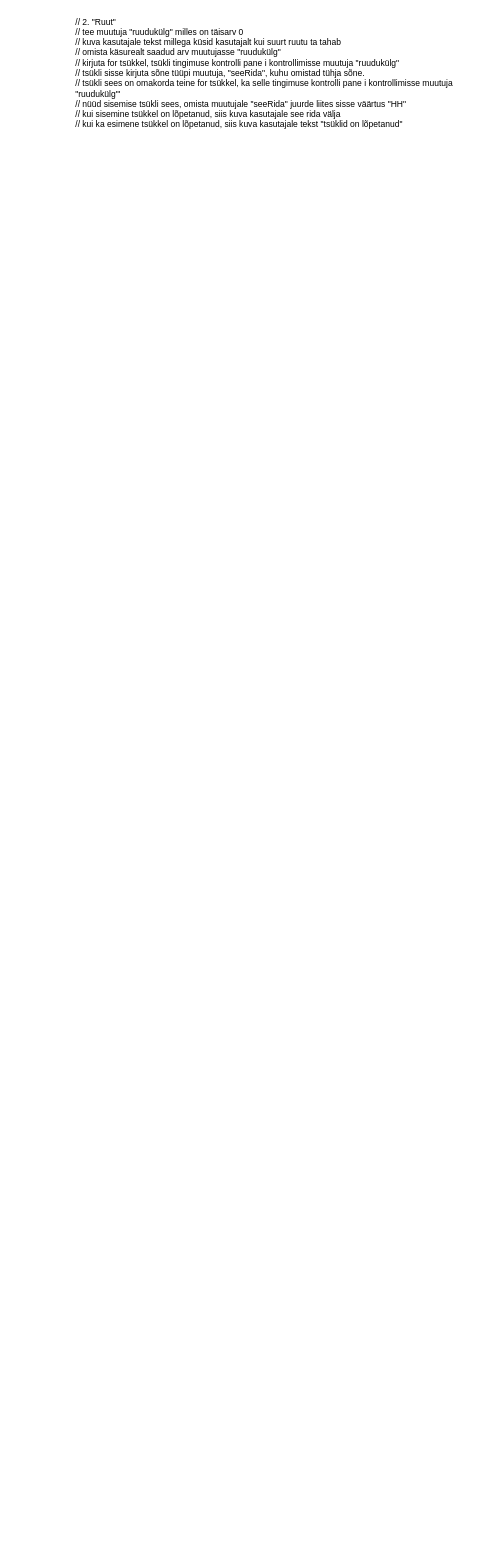
The draw.io diagram Vooskeemid/Ruut.drawio in Krokodillionu/harjutused, before the edit. Source tidied: cells renumbered, new cells numbered last; positions are measured from the earlier drawing's top-left corner, leaving out a move shared by most shapes. Both pictures are drawn from the tidied source at 71%, with x=0, y=0 at pixel (74, 12).
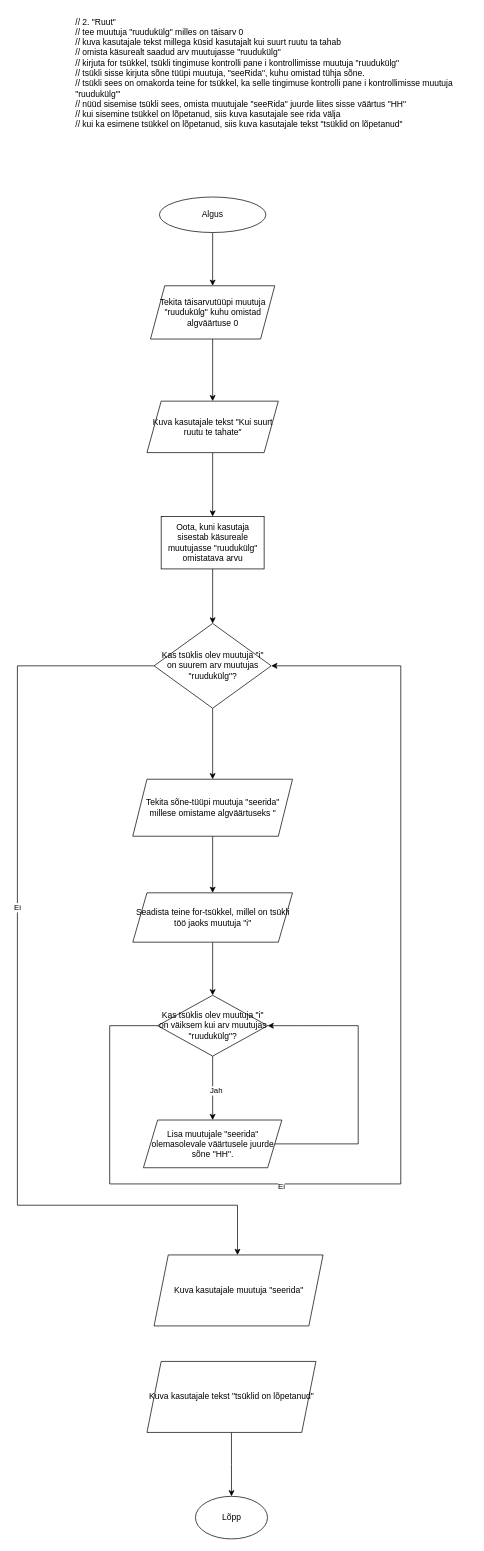
The same diagram, later.

The edit, as a diff of the source:
```diff
@@
+    <mxCell id="3" style="edgeStyle=orthogonalEdgeStyle;rounded=0;jettySize=auto;html=1;" parent="1" edge="1" source="4" target="6">
+      <mxGeometry relative="1" as="geometry" />
+    </mxCell>
+    <mxCell id="4" value="Algus" style="ellipse;whiteSpace=wrap;html=1;" parent="1" vertex="1">
+      <mxGeometry x="120" y="260" width="150" height="50" as="geometry" />
+    </mxCell>
+    <mxCell id="5" style="edgeStyle=orthogonalEdgeStyle;rounded=0;jettySize=auto;html=1;" parent="1" edge="1" source="6" target="8">
+      <mxGeometry relative="1" as="geometry" />
+    </mxCell>
+    <mxCell id="6" value="Tekita täisarvutüüpi muutuja&lt;div&gt;&quot;ruudukülg&quot; kuhu omistad algväärtuse 0&lt;/div&gt;" style="shape=parallelogram;perimeter=parallelogramPerimeter;whiteSpace=wrap;html=1;fixedSize=1;" parent="1" vertex="1">
+      <mxGeometry x="107.5" y="385" width="175" height="75" as="geometry" />
+    </mxCell>
+    <mxCell id="7" style="edgeStyle=orthogonalEdgeStyle;rounded=0;jettySize=auto;html=1;" parent="1" edge="1" source="8" target="10">
+      <mxGeometry relative="1" as="geometry" />
+    </mxCell>
+    <mxCell id="8" value="Kuva kasutajale tekst &quot;Kui suurt ruutu te tahate&quot;" style="shape=parallelogram;perimeter=parallelogramPerimeter;whiteSpace=wrap;html=1;fixedSize=1;" parent="1" vertex="1">
+      <mxGeometry x="102.5" y="547.5" width="185" height="72.5" as="geometry" />
+    </mxCell>
+    <mxCell id="9" style="edgeStyle=orthogonalEdgeStyle;rounded=0;jettySize=auto;html=1;" parent="1" edge="1" source="10" target="14">
+      <mxGeometry relative="1" as="geometry" />
+    </mxCell>
+    <mxCell id="10" value="Oota, kuni kasutaja sisestab käsureale muutujasse &quot;ruudukülg&quot; omistatava arvu" style="whiteSpace=wrap;html=1;" parent="1" vertex="1">
+      <mxGeometry x="122.5" y="710" width="145" height="73.8" as="geometry" />
+    </mxCell>
+    <mxCell id="11" style="edgeStyle=orthogonalEdgeStyle;rounded=0;jettySize=auto;html=1;" parent="1" edge="1" source="14" target="16">
+      <mxGeometry relative="1" as="geometry" />
+    </mxCell>
+    <mxCell id="12" style="edgeStyle=orthogonalEdgeStyle;rounded=0;jettySize=auto;html=1;" parent="1" edge="1" source="14">
+      <mxGeometry relative="1" as="geometry">
+        <mxPoint x="230" y="1750" as="targetPoint" />
+        <Array as="points">
+          <mxPoint x="-80" y="920" />
+          <mxPoint x="-80" y="1680" />
+          <mxPoint x="230" y="1680" />
+        </Array>
+      </mxGeometry>
+    </mxCell>
+    <mxCell id="13" value="Ei" style="edgeLabel;html=1;align=center;verticalAlign=middle;" parent="12" vertex="1">
+      <mxGeometry x="-0.2" y="-1" relative="1" as="geometry" />
+    </mxCell>
+    <mxCell id="14" value="Kas tsüklis olev muutuja &quot;i&quot;&lt;div&gt;on suurem arv muutujas &quot;ruudukülg&quot;?&lt;/div&gt;" style="rhombus;whiteSpace=wrap;html=1;" parent="1" vertex="1">
+      <mxGeometry x="112.5" y="860.6" width="165" height="119.4" as="geometry" />
+    </mxCell>
+    <mxCell id="15" style="edgeStyle=orthogonalEdgeStyle;rounded=0;jettySize=auto;html=1;" parent="1" edge="1" source="16" target="18">
+      <mxGeometry relative="1" as="geometry" />
+    </mxCell>
+    <mxCell id="16" value="Tekita sõne-tüüpi muutuja &quot;seerida&quot; millese omistame algväärtuseks &quot;" style="shape=parallelogram;perimeter=parallelogramPerimeter;whiteSpace=wrap;html=1;fixedSize=1;" parent="1" vertex="1">
+      <mxGeometry x="82.5" y="1080" width="225" height="80.3" as="geometry" />
+    </mxCell>
+    <mxCell id="17" style="edgeStyle=orthogonalEdgeStyle;rounded=0;jettySize=auto;html=1;" parent="1" edge="1" source="18" target="23">
+      <mxGeometry relative="1" as="geometry" />
+    </mxCell>
+    <mxCell id="18" value="Seadista teine for-tsükkel, millel on tsükli töö jaoks muutuja &quot;i&quot;" style="shape=parallelogram;perimeter=parallelogramPerimeter;whiteSpace=wrap;html=1;fixedSize=1;" parent="1" vertex="1">
+      <mxGeometry x="82.5" y="1240" width="225" height="69.5" as="geometry" />
+    </mxCell>
+    <mxCell id="19" style="edgeStyle=orthogonalEdgeStyle;rounded=0;jettySize=auto;html=1;" parent="1" edge="1" source="23" target="25">
+      <mxGeometry relative="1" as="geometry" />
+    </mxCell>
+    <mxCell id="20" value="Jah" style="edgeLabel;html=1;align=center;verticalAlign=middle;" parent="19" vertex="1">
+      <mxGeometry x="0.07" y="4" relative="1" as="geometry" />
+    </mxCell>
+    <mxCell id="21" style="edgeStyle=orthogonalEdgeStyle;rounded=0;jettySize=auto;html=1;entryX=1;entryY=0.5;entryDx=0;entryDy=0;" parent="1" edge="1" source="23" target="14">
+      <mxGeometry relative="1" as="geometry">
+        <Array as="points">
+          <mxPoint x="50" y="1427" />
+          <mxPoint x="50" y="1650" />
+          <mxPoint x="460" y="1650" />
+          <mxPoint x="460" y="920" />
+        </Array>
+      </mxGeometry>
+    </mxCell>
+    <mxCell id="22" value="Ei" style="edgeLabel;html=1;align=center;verticalAlign=middle;" parent="21" vertex="1">
+      <mxGeometry x="-0.34" y="-2" relative="1" as="geometry" />
+    </mxCell>
+    <mxCell id="23" value="Kas tsüklis olev muutuja &quot;i&quot; on väiksem kui arv muutujas &quot;ruudukülg&quot;?" style="rhombus;whiteSpace=wrap;html=1;" parent="1" vertex="1">
+      <mxGeometry x="117.5" y="1384.3" width="155" height="85.7" as="geometry" />
+    </mxCell>
+    <mxCell id="24" style="edgeStyle=orthogonalEdgeStyle;rounded=0;jettySize=auto;html=1;entryX=1;entryY=0.5;entryDx=0;entryDy=0;" parent="1" edge="1" source="25" target="23">
+      <mxGeometry relative="1" as="geometry">
+        <Array as="points">
+          <mxPoint x="400" y="1594" />
+          <mxPoint x="400" y="1427" />
+        </Array>
+      </mxGeometry>
+    </mxCell>
+    <mxCell id="25" value="Lisa muutujale &quot;seerida&quot; olemasolevale väärtusele juurde sõne &quot;HH&quot;." style="shape=parallelogram;perimeter=parallelogramPerimeter;whiteSpace=wrap;html=1;fixedSize=1;" parent="1" vertex="1">
+      <mxGeometry x="97.5" y="1560" width="195" height="67.2" as="geometry" />
+    </mxCell>
+    <mxCell id="26" value="Kuva kasutajale muutuja &quot;seerida&quot;" style="shape=parallelogram;perimeter=parallelogramPerimeter;whiteSpace=wrap;html=1;fixedSize=1;" parent="1" vertex="1">
+      <mxGeometry x="112.5" y="1750" width="238" height="100" as="geometry" />
+    </mxCell>
+    <mxCell id="27" style="edgeStyle=orthogonalEdgeStyle;rounded=0;jettySize=auto;html=1;" parent="1" edge="1" source="28" target="29">
+      <mxGeometry relative="1" as="geometry" />
+    </mxCell>
+    <mxCell id="28" value="Kuva kasutajale tekst &quot;tsüklid on lõpetanud&quot;" style="shape=parallelogram;perimeter=parallelogramPerimeter;whiteSpace=wrap;html=1;fixedSize=1;" parent="1" vertex="1">
+      <mxGeometry x="102.5" y="1900" width="238" height="100" as="geometry" />
+    </mxCell>
+    <mxCell id="29" value="Lõpp" style="ellipse;whiteSpace=wrap;html=1;" parent="1" vertex="1">
+      <mxGeometry x="170.8" y="2090" width="101.5" height="60" as="geometry" />
+    </mxCell>
```
